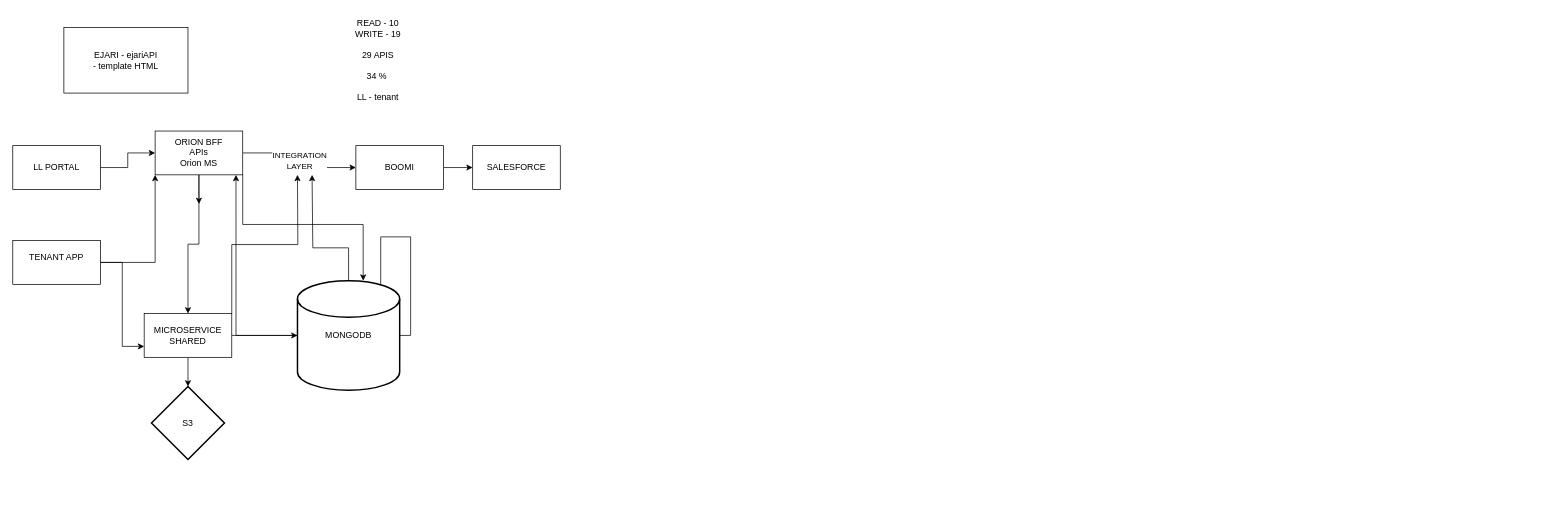
Earlier version of the draw.io diagram Untitled Diagram.drawio (msuhaibk/orion-integration). Source tidied: cells renumbered, new cells numbered last; positions are measured from the earlier drawing's top-left corner, leaving out a move shared by most shapes. Both pictures are drawn from the tidied source at 73%, with x=0, y=0 at pixel (12, 12).
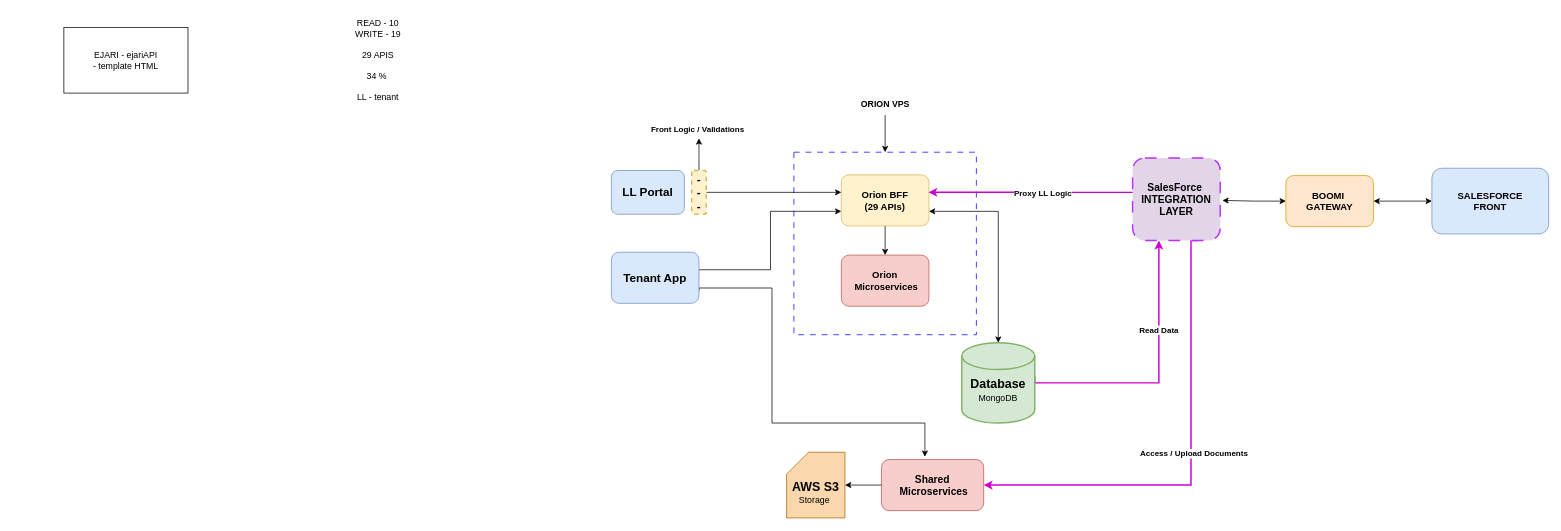
The same diagram, later.

Commit message:
ORION INTEGRATION ARCH Diagram.drawio

The edit, as a diff of the source:
```diff
@@
-    <mxCell id="2" style="edgeStyle=orthogonalEdgeStyle;rounded=0;jettySize=auto;html=1;entryX=0;entryY=0.5;entryDx=0;entryDy=0;" parent="1" edge="1" source="3" target="8">
-      <mxGeometry relative="1" as="geometry" />
-    </mxCell>
-    <mxCell id="3" value="LL PORTAL" style="rounded=0;whiteSpace=wrap;html=1;" parent="1" vertex="1">
-      <mxGeometry y="182" width="120" height="60" as="geometry" />
-    </mxCell>
-    <mxCell id="4" value="INTEGRATION&lt;br&gt;LAYER" style="edgeStyle=orthogonalEdgeStyle;rounded=0;jettySize=auto;html=1;" parent="1" edge="1" source="8" target="10">
-      <mxGeometry relative="1" as="geometry" />
-    </mxCell>
-    <mxCell id="5" style="edgeStyle=orthogonalEdgeStyle;rounded=0;jettySize=auto;html=1;" parent="1" edge="1" source="8" target="14">
-      <mxGeometry relative="1" as="geometry" />
-    </mxCell>
-    <mxCell id="6" style="edgeStyle=orthogonalEdgeStyle;rounded=0;jettySize=auto;html=1;exitX=1;exitY=1;exitDx=0;exitDy=0;" parent="1" edge="1" source="8" target="20">
-      <mxGeometry relative="1" as="geometry">
-        <Array as="points">
-          <mxPoint x="315" y="290" />
-          <mxPoint x="480" y="290" />
-        </Array>
-      </mxGeometry>
-    </mxCell>
-    <mxCell id="7" style="edgeStyle=orthogonalEdgeStyle;rounded=0;jettySize=auto;html=1;" parent="1" edge="1" source="8">
-      <mxGeometry relative="1" as="geometry">
-        <mxPoint x="255" y="262" as="targetPoint" />
-      </mxGeometry>
-    </mxCell>
-    <mxCell id="8" value="ORION BFF&lt;br&gt;APIs&lt;div&gt;Orion MS&lt;/div&gt;" style="rounded=0;whiteSpace=wrap;html=1;" parent="1" vertex="1">
-      <mxGeometry x="195" y="162" width="120" height="60" as="geometry" />
-    </mxCell>
-    <mxCell id="9" style="edgeStyle=orthogonalEdgeStyle;rounded=0;jettySize=auto;html=1;" parent="1" edge="1" source="10" target="11">
-      <mxGeometry relative="1" as="geometry" />
-    </mxCell>
-    <mxCell id="10" value="BOOMI" style="rounded=0;whiteSpace=wrap;html=1;" parent="1" vertex="1">
-      <mxGeometry x="470" y="182" width="120" height="60" as="geometry" />
-    </mxCell>
-    <mxCell id="11" value="SALESFORCE" style="rounded=0;whiteSpace=wrap;html=1;" parent="1" vertex="1">
-      <mxGeometry x="630" y="182" width="120" height="60" as="geometry" />
-    </mxCell>
-    <mxCell id="12" style="edgeStyle=orthogonalEdgeStyle;rounded=0;jettySize=auto;html=1;exitX=1;exitY=0;exitDx=0;exitDy=0;" parent="1" edge="1" source="14">
-      <mxGeometry relative="1" as="geometry">
-        <mxPoint x="390" y="222" as="targetPoint" />
-      </mxGeometry>
-    </mxCell>
-    <mxCell id="13" style="edgeStyle=orthogonalEdgeStyle;rounded=0;jettySize=auto;html=1;" parent="1" edge="1" source="14" target="24">
-      <mxGeometry relative="1" as="geometry" />
-    </mxCell>
-    <mxCell id="14" value="MICROSERVICE&lt;div&gt;SHARED&lt;/div&gt;" style="rounded=0;whiteSpace=wrap;html=1;" parent="1" vertex="1">
-      <mxGeometry x="180" y="412" width="120" height="60" as="geometry" />
-    </mxCell>
-    <mxCell id="15" style="edgeStyle=orthogonalEdgeStyle;rounded=0;jettySize=auto;html=1;entryX=0;entryY=1;entryDx=0;entryDy=0;" parent="1" edge="1" source="17" target="8">
-      <mxGeometry relative="1" as="geometry" />
-    </mxCell>
-    <mxCell id="16" style="edgeStyle=orthogonalEdgeStyle;rounded=0;jettySize=auto;html=1;entryX=0;entryY=0.75;entryDx=0;entryDy=0;" parent="1" edge="1" source="17" target="14">
-      <mxGeometry relative="1" as="geometry" />
-    </mxCell>
-    <mxCell id="17" value="TENANT APP&lt;div&gt;&lt;br&gt;&lt;/div&gt;" style="rounded=0;whiteSpace=wrap;html=1;" parent="1" vertex="1">
-      <mxGeometry y="312" width="120" height="60" as="geometry" />
-    </mxCell>
-    <mxCell id="18" style="edgeStyle=orthogonalEdgeStyle;rounded=0;jettySize=auto;html=1;" parent="1" edge="1" source="20">
-      <mxGeometry relative="1" as="geometry">
-        <mxPoint x="410" y="222" as="targetPoint" />
-        <Array as="points">
-          <mxPoint x="460" y="322" />
-          <mxPoint x="411" y="322" />
-          <mxPoint x="411" y="222" />
-        </Array>
-      </mxGeometry>
-    </mxCell>
-    <mxCell id="19" style="edgeStyle=orthogonalEdgeStyle;rounded=0;jettySize=auto;html=1;entryX=0.923;entryY=1.001;entryDx=0;entryDy=0;entryPerimeter=0;" parent="1" edge="1" target="8">
-      <mxGeometry relative="1" as="geometry">
-        <mxPoint x="504" y="372" as="sourcePoint" />
-        <Array as="points">
-          <mxPoint x="504" y="307" />
-          <mxPoint x="545" y="307" />
-          <mxPoint x="545" y="442" />
-          <mxPoint x="306" y="442" />
-        </Array>
-      </mxGeometry>
-    </mxCell>
+    <mxCell id="25" style="edgeStyle=orthogonalEdgeStyle;rounded=0;jettySize=auto;html=1;exitX=0.987;exitY=0.397;exitDx=0;exitDy=0;exitPerimeter=0;strokeWidth=2;strokeColor=#CC00CC;" parent="1" edge="1" source="20" target="43">
+      <mxGeometry relative="1" as="geometry">
+        <Array as="points">
+          <mxPoint x="1399" y="499" />
+          <mxPoint x="1400" y="499" />
+          <mxPoint x="1400" y="507" />
+          <mxPoint x="1570" y="507" />
+        </Array>
+      </mxGeometry>
+    </mxCell>
+    <mxCell id="26" value="Read Data" style="edgeLabel;html=1;align=center;verticalAlign=middle;fontStyle=1;" parent="25" vertex="1">
+      <mxGeometry x="0.35" y="1" relative="1" as="geometry" />
+    </mxCell>
-    <mxCell id="20" value="MONGODB" style="strokeWidth=2;html=1;shape=mxgraph.flowchart.database;whiteSpace=wrap;" parent="1" vertex="1">
-      <mxGeometry x="390" y="367" width="140" height="150" as="geometry" />
+    <mxCell id="20" value="&lt;div&gt;&lt;b&gt;&lt;font style=&quot;font-size: 17px;&quot;&gt;&lt;br&gt;&lt;/font&gt;&lt;/b&gt;&lt;/div&gt;&lt;b&gt;&lt;font style=&quot;font-size: 17px;&quot;&gt;Database&lt;/font&gt;&lt;/b&gt;&lt;div&gt;MongoDB&lt;/div&gt;" style="strokeWidth=2;html=1;shape=mxgraph.flowchart.database;whiteSpace=wrap;fillColor=#d5e8d4;strokeColor=#82b366;" parent="1" vertex="1">
+      <mxGeometry x="1300" y="452" width="100" height="110" as="geometry" />
     </mxCell>
-    <mxCell id="21" style="edgeStyle=orthogonalEdgeStyle;rounded=0;jettySize=auto;html=1;entryX=0;entryY=0.5;entryDx=0;entryDy=0;entryPerimeter=0;" parent="1" edge="1" source="14" target="20">
-      <mxGeometry relative="1" as="geometry" />
-    </mxCell>
@@
-    <mxCell id="24" value="S3" style="strokeWidth=2;html=1;shape=mxgraph.flowchart.decision;whiteSpace=wrap;" parent="1" vertex="1">
-      <mxGeometry x="190" y="512" width="100" height="100" as="geometry" />
-    </mxCell>
+    <mxCell id="27" value="LL Portal" style="rounded=1;whiteSpace=wrap;html=1;fontStyle=1;fontSize=16;fillColor=#dae8fc;strokeColor=#6c8ebf;" parent="1" vertex="1">
+      <mxGeometry x="820" y="216" width="100" height="60" as="geometry" />
+    </mxCell>
+    <mxCell id="28" style="edgeStyle=orthogonalEdgeStyle;rounded=0;jettySize=auto;html=1;" parent="1" edge="1" source="30" target="33">
+      <mxGeometry relative="1" as="geometry">
+        <Array as="points">
+          <mxPoint x="1038" y="352" />
+          <mxPoint x="1038" y="272" />
+        </Array>
+      </mxGeometry>
+    </mxCell>
+    <mxCell id="29" style="edgeStyle=orthogonalEdgeStyle;rounded=0;jettySize=auto;html=1;exitX=1;exitY=0.75;exitDx=0;exitDy=0;entryX=0.425;entryY=-0.054;entryDx=0;entryDy=0;entryPerimeter=0;" parent="1" edge="1" source="30" target="36">
+      <mxGeometry relative="1" as="geometry">
+        <Array as="points">
+          <mxPoint x="1040" y="377" />
+          <mxPoint x="1040" y="562" />
+          <mxPoint x="1249" y="562" />
+        </Array>
+      </mxGeometry>
+    </mxCell>
+    <mxCell id="30" value="Tenant App" style="rounded=1;whiteSpace=wrap;html=1;fontStyle=1;fontSize=16;fillColor=#dae8fc;strokeColor=#6c8ebf;" parent="1" vertex="1">
+      <mxGeometry x="820" y="328" width="120" height="70" as="geometry" />
+    </mxCell>
+    <mxCell id="31" style="whiteSpace=wrap;html=1;fillColor=none;dashed=1;dashPattern=8 8;strokeColor=#0000FF;" parent="1" vertex="1">
+      <mxGeometry x="1070" y="191" width="250" height="250" as="geometry" />
+    </mxCell>
+    <mxCell id="32" style="edgeStyle=orthogonalEdgeStyle;rounded=0;jettySize=auto;html=1;entryX=0.5;entryY=0;entryDx=0;entryDy=0;" parent="1" edge="1" source="33" target="34">
+      <mxGeometry relative="1" as="geometry" />
+    </mxCell>
+    <mxCell id="33" value="&lt;b&gt;&lt;font style=&quot;font-size: 13px;&quot;&gt;Orion BFF&lt;/font&gt;&lt;/b&gt;&lt;div&gt;&lt;b&gt;&lt;font style=&quot;font-size: 13px;&quot;&gt;(29 APIs)&lt;/font&gt;&lt;/b&gt;&lt;/div&gt;" style="rounded=1;whiteSpace=wrap;html=1;fillColor=#fff2cc;strokeColor=#d6b656;" parent="1" vertex="1">
+      <mxGeometry x="1135" y="222" width="120" height="70" as="geometry" />
+    </mxCell>
+    <mxCell id="34" value="&lt;b&gt;&lt;font style=&quot;font-size: 13px;&quot;&gt;Orion&lt;/font&gt;&lt;/b&gt;&lt;div&gt;&lt;b&gt;&lt;font style=&quot;font-size: 13px;&quot;&gt;&amp;nbsp;Microservices&lt;/font&gt;&lt;/b&gt;&lt;/div&gt;" style="rounded=1;whiteSpace=wrap;html=1;fillColor=#f8cecc;strokeColor=#b85450;" parent="1" vertex="1">
+      <mxGeometry x="1135" y="332" width="120" height="70" as="geometry" />
+    </mxCell>
+    <mxCell id="35" value="&lt;div&gt;&lt;font style=&quot;font-size: 17px;&quot;&gt;&lt;b&gt;&lt;br&gt;&lt;/b&gt;&lt;/font&gt;&lt;/div&gt;&lt;font style=&quot;font-size: 17px;&quot;&gt;&lt;b&gt;AWS S3&lt;/b&gt;&lt;/font&gt;&lt;div&gt;Storage&amp;nbsp;&lt;/div&gt;" style="shape=card;whiteSpace=wrap;html=1;fillColor=#fad7ac;strokeColor=#b46504;" parent="1" vertex="1">
+      <mxGeometry x="1060" y="602" width="80" height="90" as="geometry" />
+    </mxCell>
+    <mxCell id="36" value="&lt;b&gt;&lt;font style=&quot;font-size: 14px;&quot;&gt;Shared&lt;/font&gt;&lt;/b&gt;&lt;div&gt;&lt;b&gt;&lt;font style=&quot;font-size: 14px;&quot;&gt;&amp;nbsp;Microservices&lt;/font&gt;&lt;/b&gt;&lt;/div&gt;" style="rounded=1;whiteSpace=wrap;html=1;fillColor=#f8cecc;strokeColor=#b85450;" parent="1" vertex="1">
+      <mxGeometry x="1190" y="612" width="140" height="70" as="geometry" />
+    </mxCell>
+    <mxCell id="37" style="edgeStyle=orthogonalEdgeStyle;rounded=0;jettySize=auto;html=1;entryX=0.5;entryY=0;entryDx=0;entryDy=0;" parent="1" edge="1" source="38" target="31">
+      <mxGeometry relative="1" as="geometry" />
+    </mxCell>
+    <mxCell id="38" value="ORION VPS" style="text;html=1;align=center;verticalAlign=middle;points=[];strokeColor=none;fillColor=default;fillStyle=solid;fontStyle=1;" parent="1" vertex="1">
+      <mxGeometry x="1150" y="110" width="90" height="30" as="geometry" />
+    </mxCell>
+    <mxCell id="39" style="edgeStyle=orthogonalEdgeStyle;rounded=0;jettySize=auto;html=1;entryX=0.5;entryY=0;entryDx=0;entryDy=0;entryPerimeter=0;startArrow=classic;startFill=1;" parent="1" edge="1" source="33" target="20">
+      <mxGeometry relative="1" as="geometry">
+        <Array as="points">
+          <mxPoint x="1350" y="272" />
+        </Array>
+      </mxGeometry>
+    </mxCell>
+    <mxCell id="40" style="edgeStyle=orthogonalEdgeStyle;rounded=0;jettySize=auto;html=1;" parent="1" edge="1" source="36" target="35">
+      <mxGeometry relative="1" as="geometry" />
+    </mxCell>
+    <mxCell id="41" style="edgeStyle=orthogonalEdgeStyle;rounded=0;jettySize=auto;html=1;entryX=1;entryY=0.5;entryDx=0;entryDy=0;strokeColor=#CC00CC;strokeWidth=2;" parent="1" edge="1" target="36">
+      <mxGeometry relative="1" as="geometry">
+        <mxPoint x="1624" y="312" as="sourcePoint" />
+        <Array as="points">
+          <mxPoint x="1614" y="312" />
+          <mxPoint x="1614" y="647" />
+        </Array>
+      </mxGeometry>
+    </mxCell>
+    <mxCell id="42" value="Access / Upload Documents" style="edgeLabel;html=1;align=center;verticalAlign=middle;fontStyle=1;" parent="41" vertex="1">
+      <mxGeometry x="-0.19" y="3" relative="1" as="geometry">
+        <mxPoint y="46" as="offset" />
+      </mxGeometry>
+    </mxCell>
+    <mxCell id="43" value="&lt;b&gt;&lt;font style=&quot;font-size: 14px;&quot;&gt;SalesForce&amp;nbsp;&lt;/font&gt;&lt;/b&gt;&lt;div&gt;&lt;b&gt;&lt;font style=&quot;font-size: 14px;&quot;&gt;I&lt;span style=&quot;background-color: transparent; color: light-dark(rgb(0, 0, 0), rgb(255, 255, 255));&quot;&gt;NTEGRATION&lt;/span&gt;&lt;/font&gt;&lt;/b&gt;&lt;div&gt;&lt;div&gt;&lt;b&gt;&lt;font style=&quot;font-size: 14px;&quot;&gt;LAYER&lt;/font&gt;&lt;/b&gt;&lt;/div&gt;&lt;/div&gt;&lt;/div&gt;" style="rounded=1;whiteSpace=wrap;html=1;fillColor=#e1d5e7;strokeColor=#BA30FF;dashed=1;dashPattern=8 8;strokeWidth=2;" parent="1" vertex="1">
+      <mxGeometry x="1534" y="199" width="120" height="113" as="geometry" />
+    </mxCell>
+    <mxCell id="44" value="&lt;span style=&quot;font-size: 13px;&quot;&gt;&lt;b&gt;BOOMI&amp;nbsp;&lt;/b&gt;&lt;/span&gt;&lt;div&gt;&lt;span style=&quot;font-size: 13px;&quot;&gt;&lt;b&gt;GATEWAY&lt;/b&gt;&lt;/span&gt;&lt;/div&gt;" style="rounded=1;whiteSpace=wrap;html=1;fillColor=#ffe6cc;strokeColor=#d79b00;" parent="1" vertex="1">
+      <mxGeometry x="1744" y="223" width="120" height="70" as="geometry" />
+    </mxCell>
+    <mxCell id="45" style="edgeStyle=orthogonalEdgeStyle;rounded=0;jettySize=auto;html=1;entryX=1;entryY=0.5;entryDx=0;entryDy=0;startArrow=classic;startFill=1;" parent="1" edge="1" source="46" target="44">
+      <mxGeometry relative="1" as="geometry" />
+    </mxCell>
+    <mxCell id="46" value="&lt;span style=&quot;font-size: 13px;&quot;&gt;&lt;b&gt;SALESFORCE&lt;br&gt;FRONT&lt;/b&gt;&lt;/span&gt;" style="rounded=1;whiteSpace=wrap;html=1;fillColor=#dae8fc;strokeColor=#6c8ebf;" parent="1" vertex="1">
+      <mxGeometry x="1944" y="213" width="160" height="90" as="geometry" />
+    </mxCell>
+    <mxCell id="47" style="edgeStyle=orthogonalEdgeStyle;rounded=0;jettySize=auto;html=1;startArrow=classic;startFill=1;" parent="1" edge="1" source="44">
+      <mxGeometry relative="1" as="geometry">
+        <mxPoint x="1657" y="257" as="targetPoint" />
+      </mxGeometry>
+    </mxCell>
+    <mxCell id="48" style="edgeStyle=orthogonalEdgeStyle;rounded=0;jettySize=auto;html=1;entryX=0.994;entryY=0.342;entryDx=0;entryDy=0;entryPerimeter=0;strokeColor=#CC00CC;strokeWidth=2;" parent="1" edge="1" source="43" target="33">
+      <mxGeometry relative="1" as="geometry">
+        <Array as="points">
+          <mxPoint x="1400" y="246" />
+          <mxPoint x="1400" y="246" />
+        </Array>
+      </mxGeometry>
+    </mxCell>
+    <mxCell id="49" value="Proxy LL Logic" style="edgeLabel;html=1;align=center;verticalAlign=middle;fontStyle=1;" parent="48" vertex="1">
+      <mxGeometry x="-0.11" relative="1" as="geometry" />
+    </mxCell>
+    <mxCell id="50" style="edgeStyle=orthogonalEdgeStyle;rounded=0;jettySize=auto;html=1;" parent="1" edge="1" source="53" target="33">
+      <mxGeometry relative="1" as="geometry">
+        <Array as="points">
+          <mxPoint x="1080" y="246" />
+          <mxPoint x="1080" y="246" />
+        </Array>
+      </mxGeometry>
+    </mxCell>
+    <mxCell id="51" style="edgeStyle=orthogonalEdgeStyle;rounded=0;jettySize=auto;html=1;" parent="1" edge="1" source="53">
+      <mxGeometry relative="1" as="geometry">
+        <mxPoint x="940" y="172" as="targetPoint" />
+      </mxGeometry>
+    </mxCell>
+    <mxCell id="52" value="Front Logic / Validations" style="edgeLabel;html=1;align=center;verticalAlign=middle;fontStyle=1;" parent="51" vertex="1">
+      <mxGeometry x="1" y="11" relative="1" as="geometry">
+        <mxPoint x="9" y="-12" as="offset" />
+      </mxGeometry>
+    </mxCell>
+    <mxCell id="53" value="-&lt;div&gt;-&lt;/div&gt;&lt;div&gt;-&lt;/div&gt;" style="rounded=1;whiteSpace=wrap;html=1;fontStyle=1;fontSize=16;fillColor=#fff2cc;strokeColor=#D6B656;dashed=1;strokeWidth=2;" parent="1" vertex="1">
+      <mxGeometry x="930" y="216" width="20" height="60" as="geometry" />
+    </mxCell>
```
